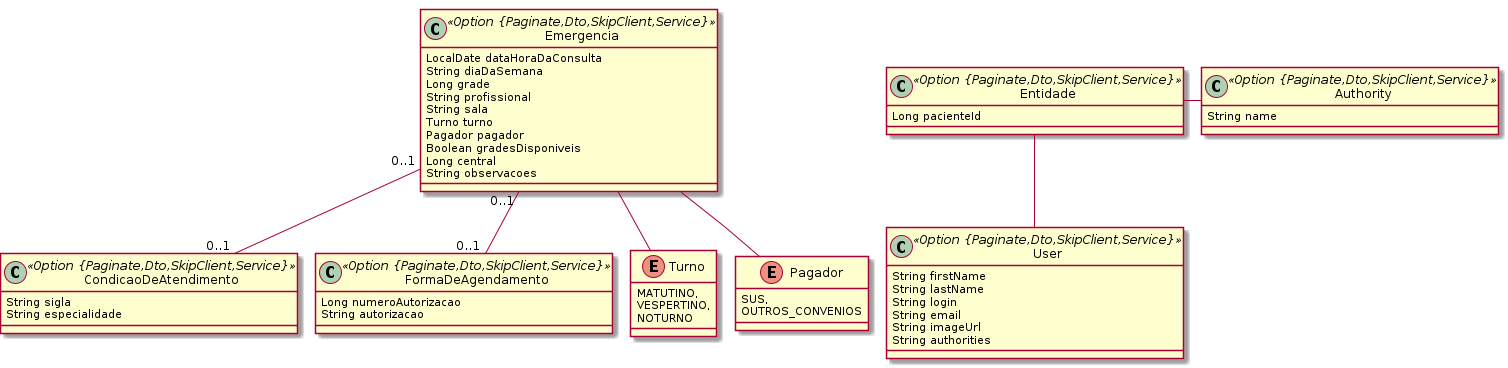
BasisTI/madre keeps this PlantUML diagram as consulta/emergencia.png. Above is the earlier version.
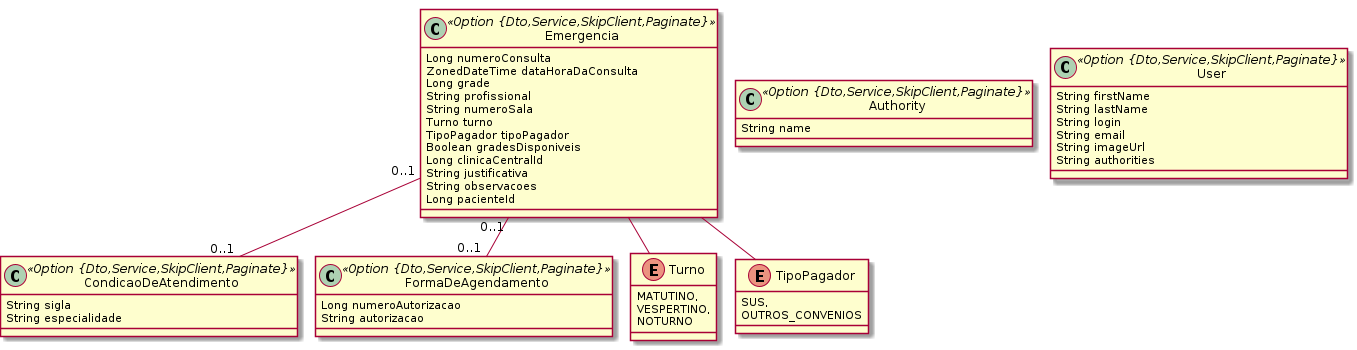
After the change.

Diff of the diagram source:
```diff
@@ -3,32 +3,31 @@
 	!pragma syntax class
 	Emergencia  "0..1 " -- "0..1 "  CondicaoDeAtendimento
 	Emergencia  "0..1 " -- "0..1 "  FormaDeAgendamento
-	class Emergencia <<Option {Paginate,Dto,SkipClient,Service}>> {
-		LocalDate dataHoraDaConsulta
-		String diaDaSemana
+	class Emergencia <<Option {Dto,Service,SkipClient,Paginate}>> {
+		Long numeroConsulta
+		ZonedDateTime dataHoraDaConsulta
 		Long grade
 		String profissional
-		String sala
+		String numeroSala
 		Turno turno
-		Pagador pagador
+		TipoPagador tipoPagador
 		Boolean gradesDisponiveis
-		Long central
+		Long clinicaCentralId
+		String justificativa
 		String observacoes
+		Long pacienteId
 	}
 	Emergencia ..> Turno
-	Emergencia ..> Pagador
-	class CondicaoDeAtendimento <<Option {Paginate,Dto,SkipClient,Service}>> {
+	Emergencia ..> TipoPagador
+	class CondicaoDeAtendimento <<Option {Dto,Service,SkipClient,Paginate}>> {
 		String sigla
 		String especialidade
 	}
-	class FormaDeAgendamento <<Option {Paginate,Dto,SkipClient,Service}>> {
+	class FormaDeAgendamento <<Option {Dto,Service,SkipClient,Paginate}>> {
 		Long numeroAutorizacao
 		String autorizacao
 	}
-	class Entidade <<Option {Paginate,Dto,SkipClient,Service}>> {
-		Long pacienteId
-	}
-	enum Pagador {
+	enum TipoPagador {
 		SUS,
 		OUTROS_CONVENIOS
 	}
@@ -37,10 +36,10 @@
 		VESPERTINO,
 		NOTURNO
 	}
-	class Authority <<Option {Paginate,Dto,SkipClient,Service}>> {
+	class Authority <<Option {Dto,Service,SkipClient,Paginate}>> {
 		String name
 	}
-	class User <<Option {Paginate,Dto,SkipClient,Service}>> {
+	class User <<Option {Dto,Service,SkipClient,Paginate}>> {
 		String firstName
 		String lastName
 		String login
```
